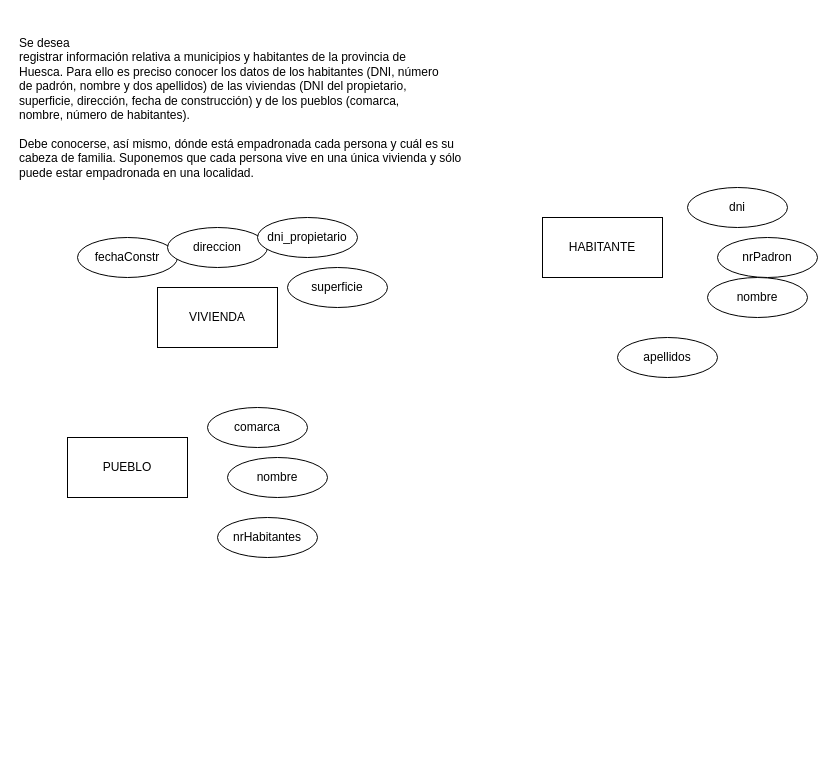
Above: U7T2.drawio in memfu/BBDD (draw.io), before the change. Source tidied: cells renumbered, new cells numbered last; positions are measured from the earlier drawing's top-left corner, leaving out a move shared by most shapes. Both pictures are drawn from the tidied source at 100%, with x=0, y=0 at pixel (17, 17).
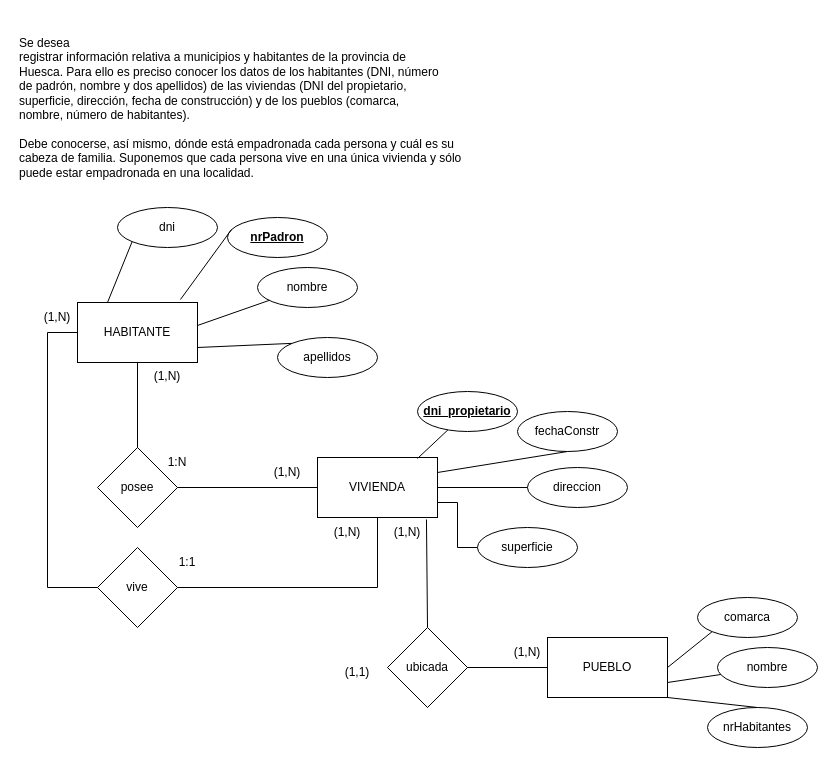
Above is the later version.

What changed in the source:
```diff
@@
     <mxCell id="2" value="HABITANTE" style="rounded=0;whiteSpace=wrap;html=1;" parent="1" vertex="1">
-      <mxGeometry x="525" y="200" width="120" height="60" as="geometry" />
+      <mxGeometry x="60" y="285" width="120" height="60" as="geometry" />
     </mxCell>
     <mxCell id="3" value="VIVIENDA" style="rounded=0;whiteSpace=wrap;html=1;" parent="1" vertex="1">
-      <mxGeometry x="140" y="270" width="120" height="60" as="geometry" />
+      <mxGeometry x="300" y="440" width="120" height="60" as="geometry" />
     </mxCell>
     <mxCell id="4" value="PUEBLO" style="rounded=0;whiteSpace=wrap;html=1;" parent="1" vertex="1">
-      <mxGeometry x="50" y="420" width="120" height="60" as="geometry" />
+      <mxGeometry x="530" y="620" width="120" height="60" as="geometry" />
     </mxCell>
     <mxCell id="5" value="nrHabitantes" style="ellipse;whiteSpace=wrap;html=1;" parent="1" vertex="1">
-      <mxGeometry x="200" y="500" width="100" height="40" as="geometry" />
+      <mxGeometry x="690" y="690" width="100" height="40" as="geometry" />
     </mxCell>
     <mxCell id="6" value="&lt;p style=&quot;mso-list:none;tab-stops:36.0pt&quot; class=&quot;Pregunta&quot;&gt;&lt;span lang=&quot;ES&quot;&gt;Se desea&#10;registrar información relativa a municipios y habitantes de la provincia de&#10;Huesca. Para ello es preciso conocer los datos de los habitantes (DNI, número&#10;de padrón, nombre y dos apellidos) de las viviendas (DNI del propietario,&#10;superficie, dirección, fecha de construcción) y de los pueblos (comarca,&#10;nombre, número de habitantes).&lt;br&gt;&#10;Debe conocerse, así mismo, dónde está empadronada cada persona y cuál es su&#10;cabeza de familia. Suponemos que cada persona vive en una única vivienda y sólo&#10;puede estar empadronada en una localidad.&lt;/span&gt;&lt;/p&gt;" style="text;whiteSpace=wrap;html=1;" parent="1" vertex="1">
-      <mxGeometry width="700" height="190" as="geometry" />
+      <mxGeometry width="460" height="190" as="geometry" />
     </mxCell>
     <mxCell id="7" value="nombre" style="ellipse;whiteSpace=wrap;html=1;" parent="1" vertex="1">
-      <mxGeometry x="210" y="440" width="100" height="40" as="geometry" />
+      <mxGeometry x="700" y="630" width="100" height="40" as="geometry" />
     </mxCell>
     <mxCell id="8" value="fechaConstr" style="ellipse;whiteSpace=wrap;html=1;" parent="1" vertex="1">
-      <mxGeometry x="60" y="220" width="100" height="40" as="geometry" />
+      <mxGeometry x="500" y="394" width="100" height="40" as="geometry" />
     </mxCell>
     <mxCell id="9" value="direccion" style="ellipse;whiteSpace=wrap;html=1;" parent="1" vertex="1">
-      <mxGeometry x="150" y="210" width="100" height="40" as="geometry" />
+      <mxGeometry x="510" y="450" width="100" height="40" as="geometry" />
     </mxCell>
+    <mxCell id="17" style="edgeStyle=orthogonalEdgeStyle;rounded=0;jettySize=auto;html=1;endArrow=none;endFill=0;exitX=0;exitY=0.5;exitDx=0;exitDy=0;entryX=1;entryY=0.75;entryDx=0;entryDy=0;" parent="1" edge="1" source="10" target="3">
+      <mxGeometry relative="1" as="geometry" />
+    </mxCell>
     <mxCell id="10" value="superficie" style="ellipse;whiteSpace=wrap;html=1;" parent="1" vertex="1">
-      <mxGeometry x="270" y="250" width="100" height="40" as="geometry" />
+      <mxGeometry x="460" y="510" width="100" height="40" as="geometry" />
     </mxCell>
     <mxCell id="11" value="apellidos" style="ellipse;whiteSpace=wrap;html=1;" parent="1" vertex="1">
-      <mxGeometry x="600" y="320" width="100" height="40" as="geometry" />
+      <mxGeometry x="260" y="320" width="100" height="40" as="geometry" />
     </mxCell>
     <mxCell id="12" value="nombre" style="ellipse;whiteSpace=wrap;html=1;" parent="1" vertex="1">
-      <mxGeometry x="690" y="260" width="100" height="40" as="geometry" />
+      <mxGeometry x="240" y="250" width="100" height="40" as="geometry" />
     </mxCell>
-    <mxCell id="13" value="nrPadron" style="ellipse;whiteSpace=wrap;html=1;" parent="1" vertex="1">
-      <mxGeometry x="700" y="220" width="100" height="40" as="geometry" />
+    <mxCell id="13" value="&lt;b&gt;&lt;u&gt;nrPadron&lt;/u&gt;&lt;/b&gt;" style="ellipse;whiteSpace=wrap;html=1;" parent="1" vertex="1">
+      <mxGeometry x="210" y="200" width="100" height="40" as="geometry" />
     </mxCell>
     <mxCell id="14" value="dni" style="ellipse;whiteSpace=wrap;html=1;" parent="1" vertex="1">
-      <mxGeometry x="670" y="170" width="100" height="40" as="geometry" />
+      <mxGeometry x="100" y="190" width="100" height="40" as="geometry" />
     </mxCell>
-    <mxCell id="15" value="dni_propietario" style="ellipse;whiteSpace=wrap;html=1;" parent="1" vertex="1">
-      <mxGeometry x="240" y="200" width="100" height="40" as="geometry" />
+    <mxCell id="15" value="&lt;b&gt;&lt;u&gt;dni_propietario&lt;/u&gt;&lt;/b&gt;" style="ellipse;whiteSpace=wrap;html=1;" parent="1" vertex="1">
+      <mxGeometry x="400" y="374" width="100" height="40" as="geometry" />
     </mxCell>
     <mxCell id="16" value="comarca" style="ellipse;whiteSpace=wrap;html=1;" parent="1" vertex="1">
-      <mxGeometry x="190" y="390" width="100" height="40" as="geometry" />
+      <mxGeometry x="680" y="580" width="100" height="40" as="geometry" />
     </mxCell>
+    <mxCell id="18" style="endArrow=none;html=1;rounded=0;exitX=0.833;exitY=0.017;exitDx=0;exitDy=0;exitPerimeter=0;" parent="1" edge="1" source="3" target="15">
+      <mxGeometry relative="1" as="geometry" />
+    </mxCell>
+    <mxCell id="19" style="endArrow=none;html=1;rounded=0;exitX=1;exitY=0.5;exitDx=0;exitDy=0;entryX=0;entryY=1;entryDx=0;entryDy=0;" parent="1" edge="1" source="4" target="16">
+      <mxGeometry relative="1" as="geometry" />
+    </mxCell>
+    <mxCell id="20" style="endArrow=none;html=1;rounded=0;exitX=1;exitY=0.5;exitDx=0;exitDy=0;entryX=0;entryY=0.5;entryDx=0;entryDy=0;" parent="1" edge="1" source="3" target="9">
+      <mxGeometry relative="1" as="geometry" />
+    </mxCell>
+    <mxCell id="21" style="endArrow=none;html=1;rounded=0;exitX=1;exitY=0.25;exitDx=0;exitDy=0;entryX=0.5;entryY=1;entryDx=0;entryDy=0;" parent="1" edge="1" source="3" target="8">
+      <mxGeometry relative="1" as="geometry" />
+    </mxCell>
+    <mxCell id="22" style="endArrow=none;html=1;rounded=0;entryX=1;entryY=0.75;entryDx=0;entryDy=0;" parent="1" edge="1" source="7" target="4">
+      <mxGeometry relative="1" as="geometry" />
+    </mxCell>
+    <mxCell id="23" style="endArrow=none;html=1;rounded=0;exitX=0.5;exitY=0;exitDx=0;exitDy=0;entryX=1;entryY=1;entryDx=0;entryDy=0;" parent="1" edge="1" source="5" target="4">
+      <mxGeometry relative="1" as="geometry" />
+    </mxCell>
+    <mxCell id="24" style="endArrow=none;html=1;rounded=0;entryX=0;entryY=1;entryDx=0;entryDy=0;exitX=0.25;exitY=0;exitDx=0;exitDy=0;" parent="1" edge="1" source="2" target="14">
+      <mxGeometry relative="1" as="geometry" />
+    </mxCell>
+    <mxCell id="25" style="endArrow=none;html=1;rounded=0;exitX=0.858;exitY=-0.05;exitDx=0;exitDy=0;entryX=0.04;entryY=0.3;entryDx=0;entryDy=0;entryPerimeter=0;exitPerimeter=0;" parent="1" edge="1" source="2" target="13">
+      <mxGeometry relative="1" as="geometry" />
+    </mxCell>
+    <mxCell id="26" style="endArrow=none;html=1;rounded=0;exitX=0;exitY=0;exitDx=0;exitDy=0;entryX=1;entryY=0.75;entryDx=0;entryDy=0;" parent="1" edge="1" source="11" target="2">
+      <mxGeometry relative="1" as="geometry" />
+    </mxCell>
+    <mxCell id="27" style="endArrow=none;html=1;rounded=0;exitX=1;exitY=0.383;exitDx=0;exitDy=0;exitPerimeter=0;" parent="1" edge="1" source="2" target="12">
+      <mxGeometry relative="1" as="geometry" />
+    </mxCell>
+    <mxCell id="28" value="posee" style="rhombus;whiteSpace=wrap;html=1;" parent="1" vertex="1">
+      <mxGeometry x="80" y="430" width="80" height="80" as="geometry" />
+    </mxCell>
+    <mxCell id="29" style="endArrow=none;html=1;rounded=0;entryX=0.5;entryY=1;entryDx=0;entryDy=0;exitX=0.5;exitY=0;exitDx=0;exitDy=0;" parent="1" edge="1" source="28" target="2">
+      <mxGeometry relative="1" as="geometry" />
+    </mxCell>
+    <mxCell id="30" style="endArrow=none;html=1;rounded=0;exitX=1;exitY=0.5;exitDx=0;exitDy=0;entryX=0;entryY=0.5;entryDx=0;entryDy=0;" parent="1" edge="1" source="28" target="3">
+      <mxGeometry relative="1" as="geometry" />
+    </mxCell>
+    <mxCell id="31" value="vive" style="rhombus;whiteSpace=wrap;html=1;" parent="1" vertex="1">
+      <mxGeometry x="80" y="530" width="80" height="80" as="geometry" />
+    </mxCell>
+    <mxCell id="32" style="endArrow=none;html=1;rounded=0;entryX=0;entryY=0.5;entryDx=0;entryDy=0;exitX=0;exitY=0.5;exitDx=0;exitDy=0;" parent="1" edge="1" source="31" target="2">
+      <mxGeometry relative="1" as="geometry">
+        <Array as="points">
+          <mxPoint x="30" y="570" />
+          <mxPoint x="30" y="315" />
+        </Array>
+      </mxGeometry>
+    </mxCell>
+    <mxCell id="33" style="endArrow=none;html=1;rounded=0;exitX=1;exitY=0.5;exitDx=0;exitDy=0;entryX=0.5;entryY=1;entryDx=0;entryDy=0;" parent="1" edge="1" source="31" target="3">
+      <mxGeometry relative="1" as="geometry">
+        <Array as="points">
+          <mxPoint x="360" y="570" />
+        </Array>
+      </mxGeometry>
+    </mxCell>
+    <mxCell id="34" value="(1,N)" style="text;html=1;strokeColor=none;fillColor=none;align=center;verticalAlign=middle;whiteSpace=wrap;rounded=0;" parent="1" vertex="1">
+      <mxGeometry x="120" y="344" width="60" height="30" as="geometry" />
+    </mxCell>
+    <mxCell id="35" value="(1,N)" style="text;html=1;strokeColor=none;fillColor=none;align=center;verticalAlign=middle;whiteSpace=wrap;rounded=0;" parent="1" vertex="1">
+      <mxGeometry x="240" y="440" width="60" height="30" as="geometry" />
+    </mxCell>
+    <mxCell id="36" value="1:N" style="text;html=1;strokeColor=none;fillColor=none;align=center;verticalAlign=middle;whiteSpace=wrap;rounded=0;" parent="1" vertex="1">
+      <mxGeometry x="130" y="430" width="60" height="30" as="geometry" />
+    </mxCell>
+    <mxCell id="37" value="(1,N)" style="text;html=1;strokeColor=none;fillColor=none;align=center;verticalAlign=middle;whiteSpace=wrap;rounded=0;" parent="1" vertex="1">
+      <mxGeometry x="10" y="285" width="60" height="30" as="geometry" />
+    </mxCell>
+    <mxCell id="38" value="(1,N)" style="text;html=1;strokeColor=none;fillColor=none;align=center;verticalAlign=middle;whiteSpace=wrap;rounded=0;" parent="1" vertex="1">
+      <mxGeometry x="300" y="500" width="60" height="30" as="geometry" />
+    </mxCell>
+    <mxCell id="39" value="1:1" style="text;html=1;strokeColor=none;fillColor=none;align=center;verticalAlign=middle;whiteSpace=wrap;rounded=0;" parent="1" vertex="1">
+      <mxGeometry x="140" y="530" width="60" height="30" as="geometry" />
+    </mxCell>
+    <mxCell id="40" value="ubicada" style="rhombus;whiteSpace=wrap;html=1;" parent="1" vertex="1">
+      <mxGeometry x="370" y="610" width="80" height="80" as="geometry" />
+    </mxCell>
+    <mxCell id="41" style="endArrow=none;html=1;rounded=0;exitX=0.5;exitY=0;exitDx=0;exitDy=0;entryX=0.908;entryY=1.033;entryDx=0;entryDy=0;entryPerimeter=0;" parent="1" edge="1" source="40" target="3">
+      <mxGeometry relative="1" as="geometry" />
+    </mxCell>
+    <mxCell id="42" style="endArrow=none;html=1;rounded=0;entryX=0;entryY=0.5;entryDx=0;entryDy=0;exitX=1;exitY=0.5;exitDx=0;exitDy=0;" parent="1" edge="1" source="40" target="4">
+      <mxGeometry relative="1" as="geometry" />
+    </mxCell>
+    <mxCell id="43" value="(1,N)" style="text;html=1;strokeColor=none;fillColor=none;align=center;verticalAlign=middle;whiteSpace=wrap;rounded=0;" parent="1" vertex="1">
+      <mxGeometry x="360" y="500" width="60" height="30" as="geometry" />
+    </mxCell>
+    <mxCell id="44" value="(1,N)" style="text;html=1;strokeColor=none;fillColor=none;align=center;verticalAlign=middle;whiteSpace=wrap;rounded=0;" parent="1" vertex="1">
+      <mxGeometry x="480" y="620" width="60" height="30" as="geometry" />
+    </mxCell>
+    <mxCell id="45" value="(1,1)" style="text;html=1;strokeColor=none;fillColor=none;align=center;verticalAlign=middle;whiteSpace=wrap;rounded=0;" parent="1" vertex="1">
+      <mxGeometry x="310" y="640" width="60" height="30" as="geometry" />
+    </mxCell>
```
